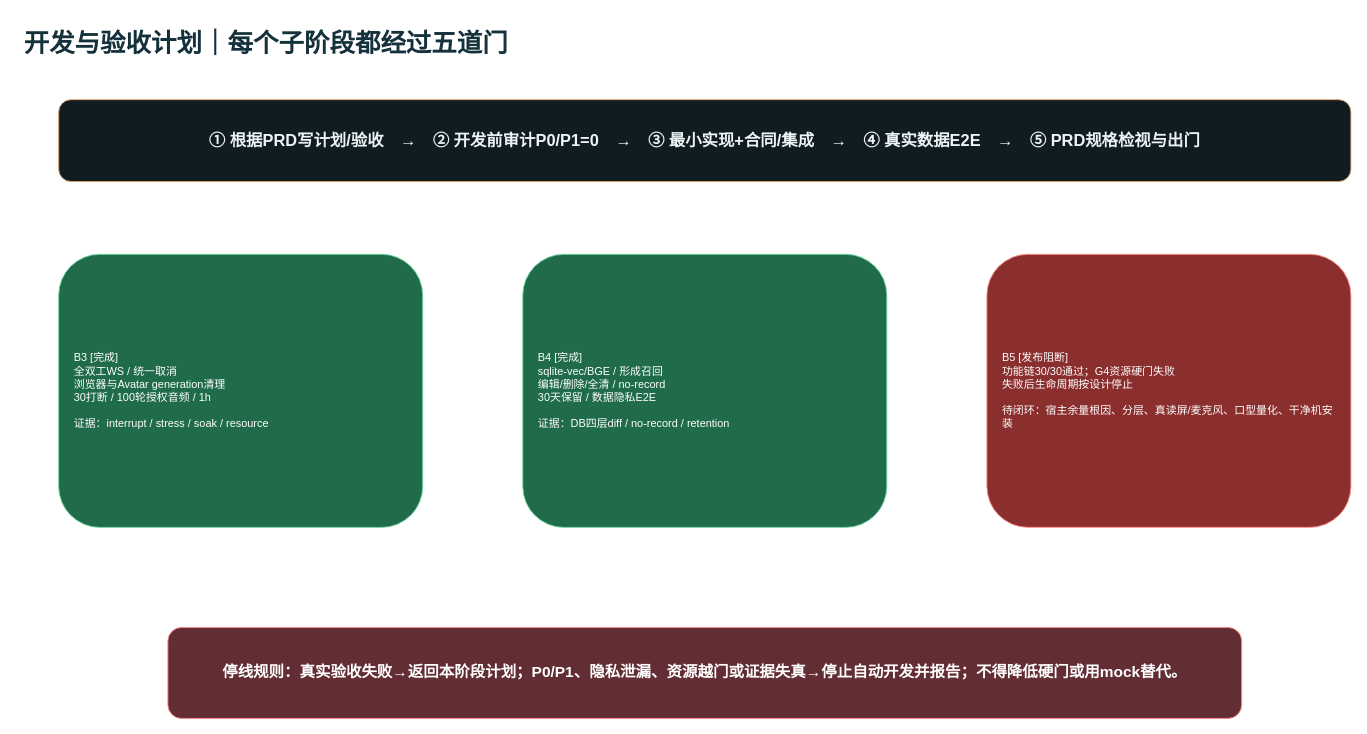
Earlier version of the draw.io diagram page "07-开发验收计划与里程碑" (7 of 8) of docs/cyberWife-b3-b5-delivery-gap.drawio (ljx418/cyberWife). Source tidied: cells renumbered, new cells numbered last; positions are measured from the earlier drawing's top-left corner, leaving out a move shared by most shapes. Both pictures are drawn from the tidied source at 91%, with x=0, y=0 at pixel (22, 22).
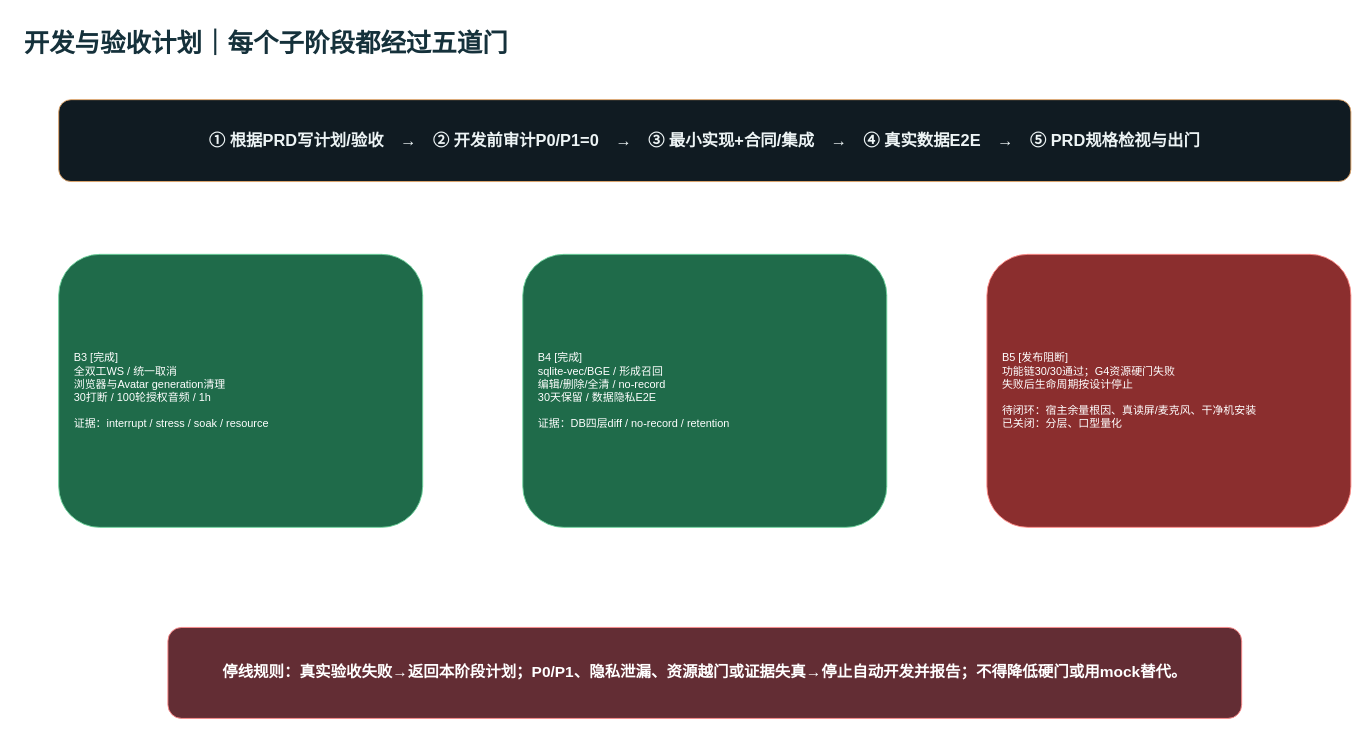
Above is the later version.

Change to the diagram source:
```diff
@@
 <mxGraphModel>
   <root>
     <mxCell id="0" />
     <mxCell id="1" parent="0" />
     <mxCell id="2" value="开发与验收计划｜每个子阶段都经过五道门" style="text;html=1;fontSize=28;fontStyle=1;fontColor=#15313B;" parent="1" vertex="1">
       <mxGeometry width="1100" height="50" as="geometry" />
     </mxCell>
     <mxCell id="3" value="① 根据PRD写计划/验收　→　② 开发前审计P0/P1=0　→　③ 最小实现+合同/集成　→　④ 真实数据E2E　→　⑤ PRD规格检视与出门" style="rounded=1;html=1;whiteSpace=wrap;fillColor=#101B22;strokeColor=#E4A668;fontColor=#EDF4F5;fontSize=18;fontStyle=1;" parent="1" vertex="1">
       <mxGeometry x="40" y="85" width="1420" height="90" as="geometry" />
     </mxCell>
     <mxCell id="4" value="B3 [完成]&#10;全双工WS / 统一取消&#10;浏览器与Avatar generation清理&#10;30打断 / 100轮授权音频 / 1h&#10;&#10;证据：interrupt / stress / soak / resource" style="rounded=1;html=1;whiteSpace=wrap;fillColor=#1F6B4A;strokeColor=#6ED39C;fontColor=#FFFFFF;align=left;spacing=17;" parent="1" vertex="1">
       <mxGeometry x="40" y="255" width="400" height="300" as="geometry" />
     </mxCell>
     <mxCell id="5" value="B4 [完成]&#10;sqlite-vec/BGE / 形成召回&#10;编辑/删除/全清 / no-record&#10;30天保留 / 数据隐私E2E&#10;&#10;证据：DB四层diff / no-record / retention" style="rounded=1;html=1;whiteSpace=wrap;fillColor=#1F6B4A;strokeColor=#6ED39C;fontColor=#FFFFFF;align=left;spacing=17;" parent="1" vertex="1">
       <mxGeometry x="550" y="255" width="400" height="300" as="geometry" />
     </mxCell>
-    <mxCell id="6" value="B5 [发布阻断]&#10;功能链30/30通过；G4资源硬门失败&#10;失败后生命周期按设计停止&#10;&#10;待闭环：宿主余量根因、分层、真读屏/麦克风、口型量化、干净机安装" style="rounded=1;html=1;whiteSpace=wrap;fillColor=#8B2E2E;strokeColor=#FF8C87;fontColor=#FFFFFF;align=left;spacing=17;" parent="1" vertex="1">
+    <mxCell id="6" value="B5 [发布阻断]&#10;功能链30/30通过；G4资源硬门失败&#10;失败后生命周期按设计停止&#10;&#10;待闭环：宿主余量根因、真读屏/麦克风、干净机安装&#10;已关闭：分层、口型量化" style="rounded=1;html=1;whiteSpace=wrap;fillColor=#8B2E2E;strokeColor=#FF8C87;fontColor=#FFFFFF;align=left;spacing=17;" parent="1" vertex="1">
       <mxGeometry x="1060" y="255" width="400" height="300" as="geometry" />
     </mxCell>
     <mxCell id="7" value="停线规则：真实验收失败→返回本阶段计划；P0/P1、隐私泄漏、资源越门或证据失真→停止自动开发并报告；不得降低硬门或用mock替代。" style="rounded=1;html=1;whiteSpace=wrap;fillColor=#632D34;strokeColor=#FF8C8C;fontColor=#FFFFFF;fontSize=17;fontStyle=1;" parent="1" vertex="1">
       <mxGeometry x="160" y="665" width="1180" height="100" as="geometry" />
     </mxCell>
     <mxCell id="8" style="edgeStyle=orthogonalEdgeStyle;strokeColor=#8AA0A9;endArrow=block;" parent="1" edge="1" source="4" target="5" />
     <mxCell id="9" style="edgeStyle=orthogonalEdgeStyle;strokeColor=#8AA0A9;endArrow=block;" parent="1" edge="1" source="5" target="6" />
   </root>
 </mxGraphModel>
```
